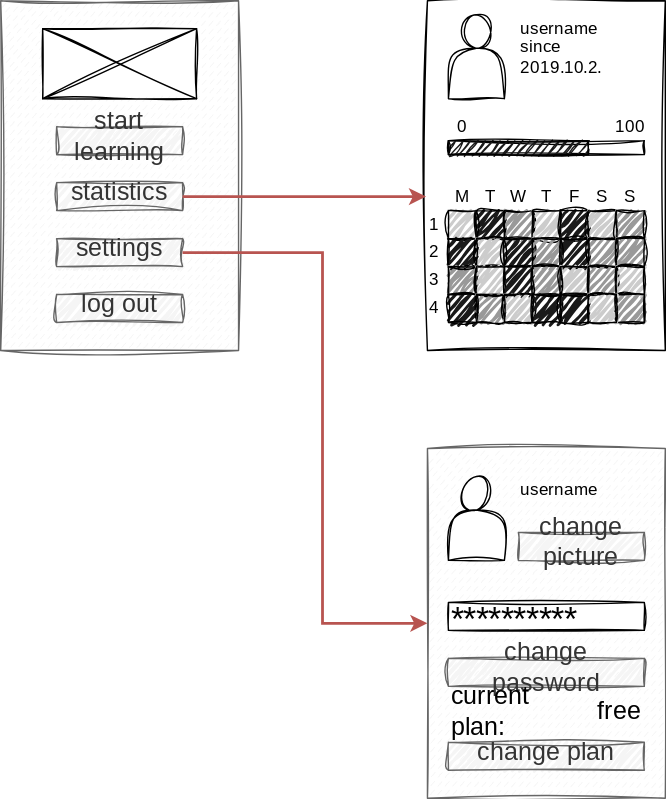
pintergreg/software-engineering keeps this draw.io diagram as lectures/figures/user_statistics/wireframe_map.drawio.svg. Above is the earlier version. Source tidied: cells renumbered, new cells last; positions are measured from the earlier drawing's top-left corner, leaving out a move shared by most shapes.
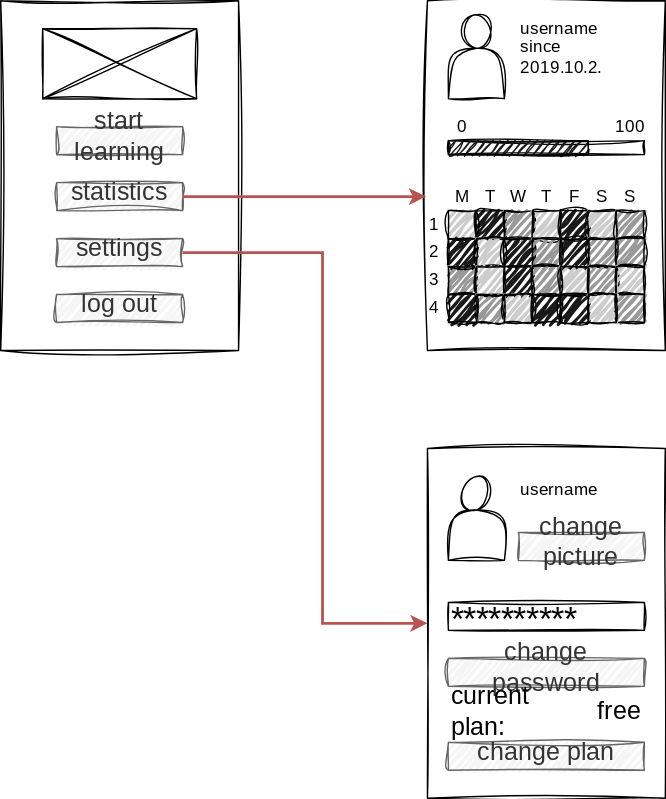
After the change.

The edit, as a diff of the source:
```diff
@@ -2,7 +2,7 @@
   <root>
     <mxCell id="0" />
     <mxCell id="1" parent="0" />
-    <mxCell id="2" style="rounded=0;whiteSpace=wrap;html=1;sketch=1;curveFitting=1;jiggle=2;fillColor=none;" parent="1" vertex="1">
+    <mxCell id="2" style="rounded=0;whiteSpace=wrap;html=1;sketch=1;curveFitting=1;jiggle=2;" parent="1" vertex="1">
       <mxGeometry x="305" width="170" height="250" as="geometry" />
     </mxCell>
     <mxCell id="3" style="whiteSpace=wrap;html=1;fillColor=#CCCCCC;sketch=1;curveFitting=1;jiggle=2;fillWeight=2;" parent="1" vertex="1">
@@ -143,7 +143,7 @@
     <mxCell id="48" value="since 2019.10.2." style="text;html=1;align=left;verticalAlign=middle;whiteSpace=wrap;rounded=0;fontFamily=Delicious Handrawn;fontSource=https%3A%2F%2Ffonts.googleapis.com%2Fcss%3Ffamily%3DDelicious%2BHandrawn;" parent="1" vertex="1">
       <mxGeometry x="370" y="30" width="90" height="20" as="geometry" />
     </mxCell>
-    <mxCell id="49" style="rounded=0;whiteSpace=wrap;html=1;sketch=1;curveFitting=1;jiggle=2;fillColor=#f5f5f5;fillStyle=dashed;strokeColor=#666666;fontColor=#333333;" parent="1" vertex="1">
+    <mxCell id="49" style="rounded=0;whiteSpace=wrap;html=1;sketch=1;curveFitting=1;jiggle=2;fillStyle=auto;" parent="1" vertex="1">
       <mxGeometry width="170" height="250" as="geometry" />
     </mxCell>
     <mxCell id="50" value="log out" style="rounded=0;whiteSpace=wrap;html=1;sketch=1;curveFitting=1;jiggle=2;fillColor=#f5f5f5;fontColor=#333333;strokeColor=#666666;fillWeight=2;fontFamily=Delicious Handrawn;fontSource=https%3A%2F%2Ffonts.googleapis.com%2Fcss%3Ffamily%3DDelicious%2BHandrawn;fontSize=18;spacingBottom=6;" parent="1" vertex="1">
@@ -172,7 +172,7 @@
         <mxPoint x="304" y="140" as="targetPoint" />
       </mxGeometry>
     </mxCell>
-    <mxCell id="58" style="rounded=0;whiteSpace=wrap;html=1;sketch=1;curveFitting=1;jiggle=2;fillColor=#f5f5f5;fillStyle=dashed;strokeColor=#666666;fontColor=#333333;" parent="1" vertex="1">
+    <mxCell id="58" style="rounded=0;whiteSpace=wrap;html=1;sketch=1;curveFitting=1;jiggle=2;fillStyle=auto;" parent="1" vertex="1">
       <mxGeometry x="305" y="320" width="170" height="250" as="geometry" />
     </mxCell>
     <mxCell id="59" style="endArrow=classic;html=1;rounded=0;strokeWidth=2;fillColor=#f8cecc;strokeColor=#b85450;exitX=1;exitY=0.5;exitDx=0;exitDy=0;entryX=0;entryY=0.5;entryDx=0;entryDy=0;" parent="1" edge="1" source="52" target="58">
```
